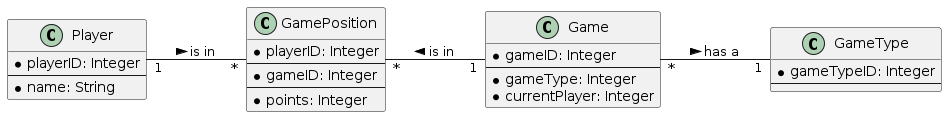
Earlier version of the PlantUML export images/diagram-classes.png (2223-3bhif-syp/Dart-Scoring-App).
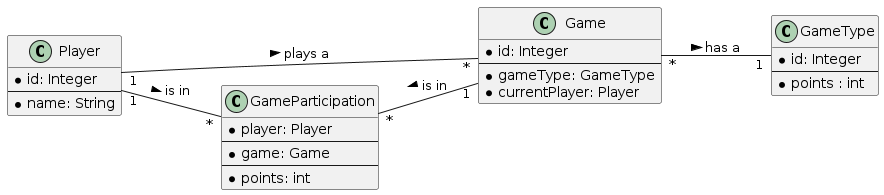
Above is the later version.

The edit, as a diff of the source:
```diff
@@ -2,33 +2,34 @@
 left to right direction
 
 class GameType{
-* gameTypeID: Integer
+* id: Integer
 --
+* points : int
 }
 
 class Player{
-* playerID: Integer
+* id: Integer
 --
 * name: String
 }
 
 class Game{
-* gameID: Integer
+* id: Integer
 --
-* gameType: Integer
-* currentPlayer: Integer
+* gameType: GameType
+* currentPlayer: Player
 }
 
-class GamePosition{
-* playerID: Integer
+class GameParticipation{
+* player: Player
 --
-* gameID: Integer
+* game: Game
 --
-* points: Integer
+* points: int
 }
 
-Player "1"--"*" GamePosition : is in >
-GamePosition "*"--"1" Game : is in <
+Player "1"--"*" GameParticipation : is in >
+GameParticipation "*"--"1" Game : is in <
 Game "*"--"1" GameType : has a >
-
+Player "1"--"*" Game : plays a >
 @enduml
```
